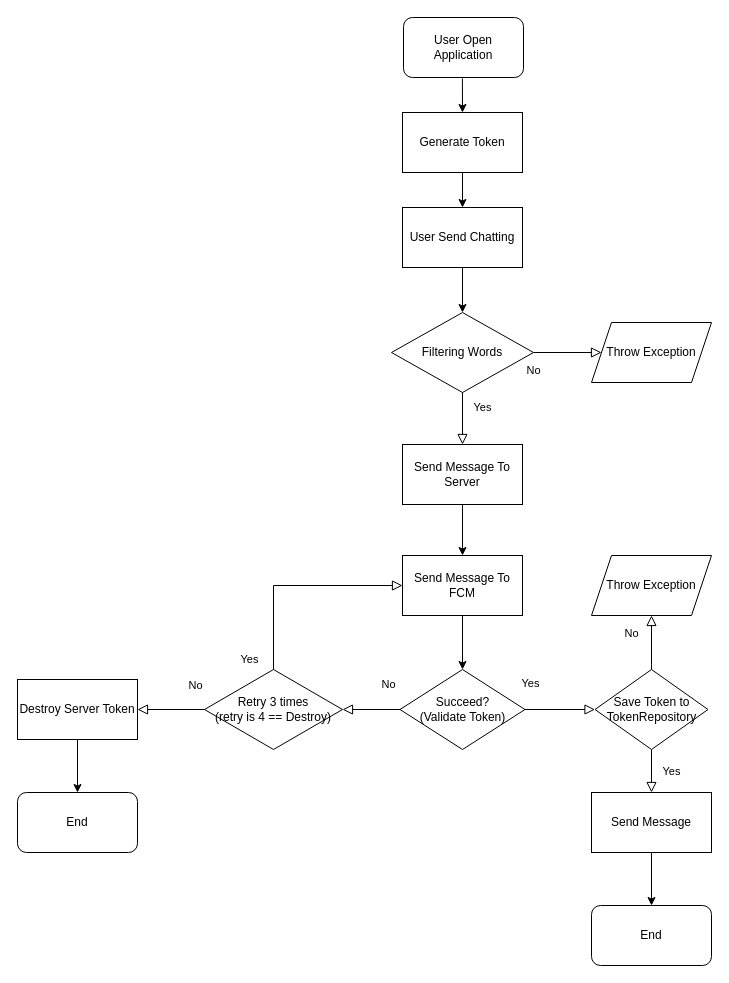
Before: FcmMessage.drawio in spacedustz/Flow-Chart, a draw.io diagram. Source tidied: cells renumbered, new cells numbered last; positions are measured from the earlier drawing's top-left corner, leaving out a move shared by most shapes. Both pictures are drawn from the tidied source at 100%, with x=0, y=0 at pixel (17, 17).
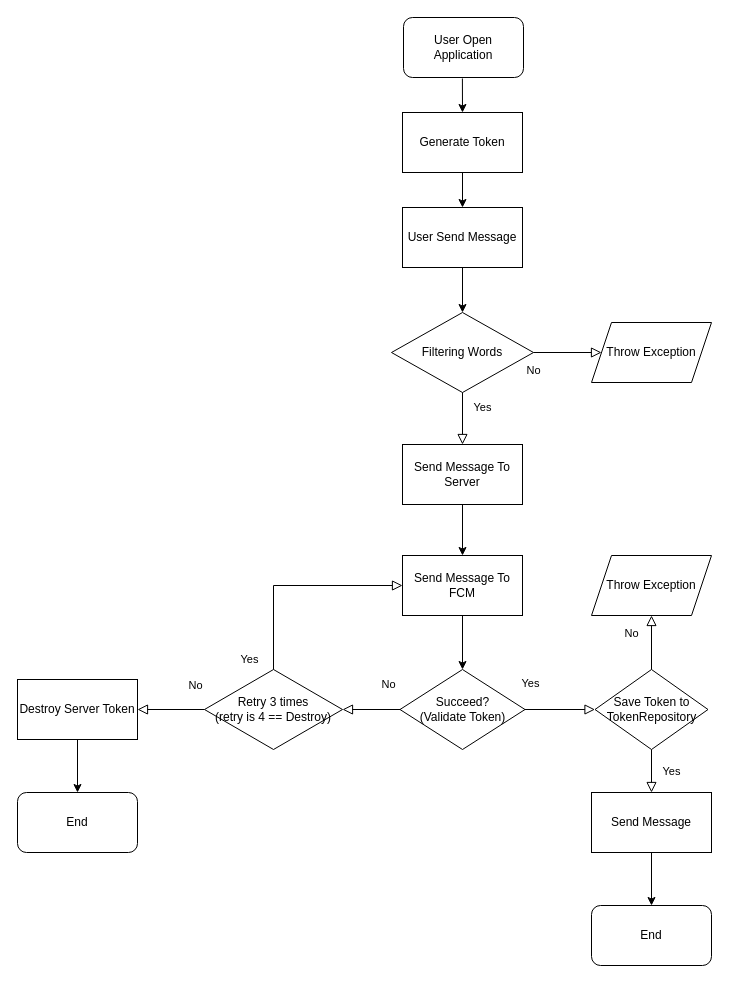
After the change.

What changed in the source:
```diff
@@
-    <mxCell id="22" value="User Send Chatting" style="rounded=0;whiteSpace=wrap;html=1;" parent="1" vertex="1">
+    <mxCell id="22" value="User Send Message" style="rounded=0;whiteSpace=wrap;html=1;" parent="1" vertex="1">
       <mxGeometry x="385" y="190" width="120" height="60" as="geometry" />
     </mxCell>
```
